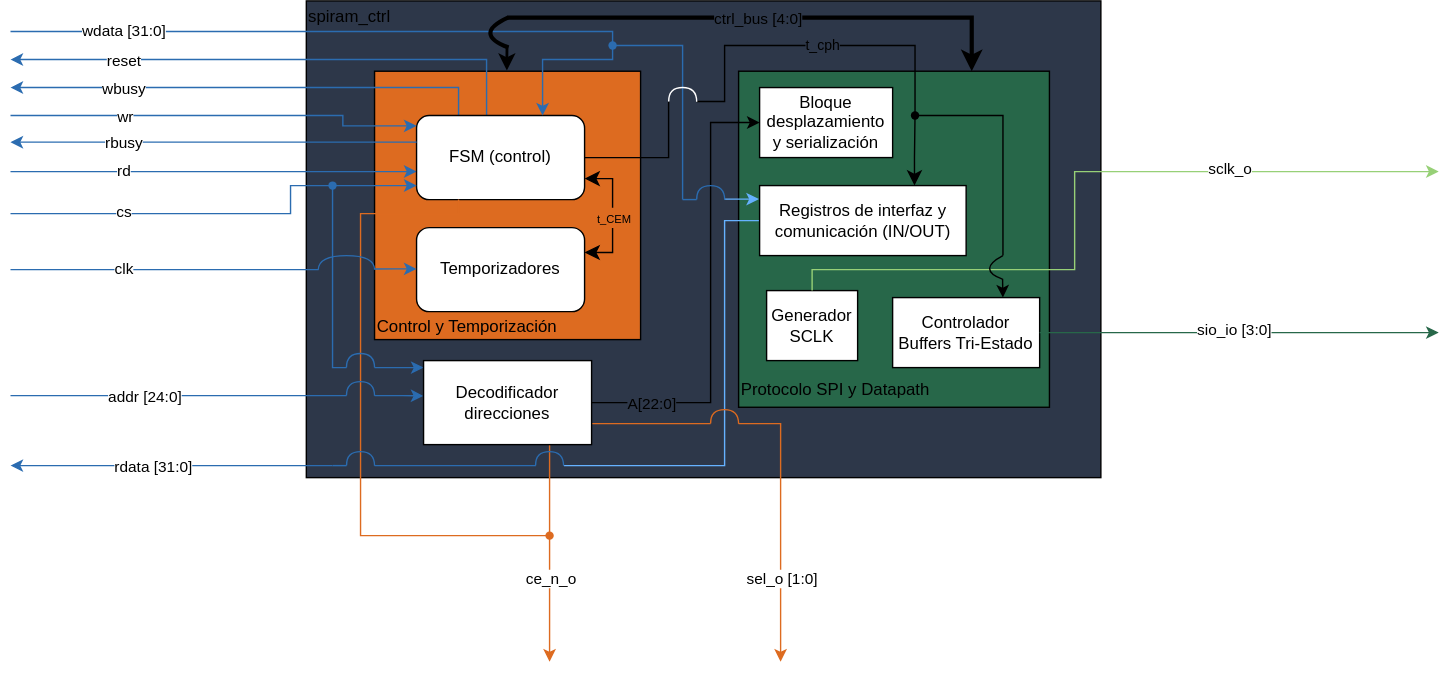
KUBIX2026/SPI_RAM keeps this draw.io diagram as Images/Expanded_Box.svg. Above is the earlier version. Source tidied: cells renumbered, new cells last; positions are measured from the earlier drawing's top-left corner, leaving out a move shared by most shapes.
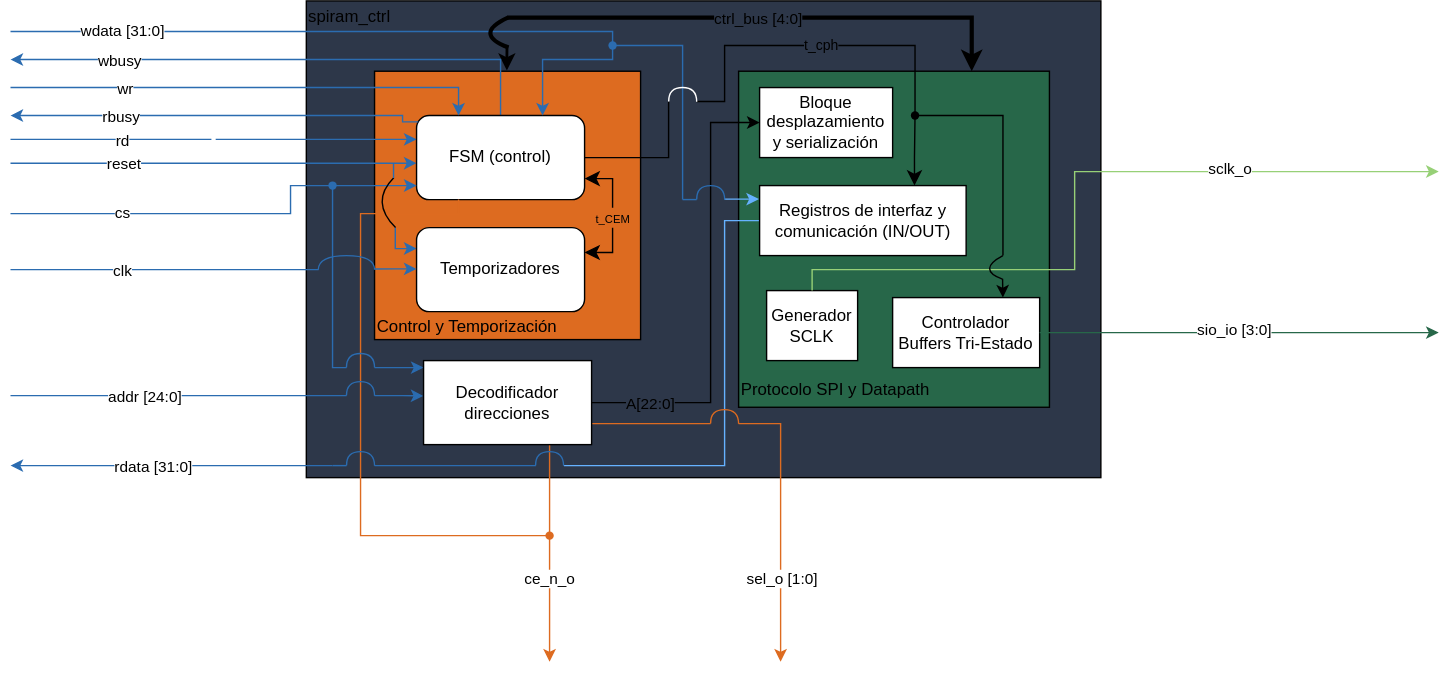
After the change.

Change to the diagram source:
```diff
@@ -66,12 +66,12 @@
         <mxPoint x="470" y="72" as="targetPoint" />
       </mxGeometry>
     </mxCell>
-    <mxCell id="14" style="edgeStyle=orthogonalEdgeStyle;rounded=0;orthogonalLoop=1;jettySize=auto;html=1;exitX=0;exitY=0.5;exitDx=0;exitDy=0;defaultLabelBackgroundColor=page;startArrow=classic;startFill=1;endArrow=none;endFill=0;strokeColor=light-dark(#2B6CB0,#2B6CB0);" parent="1" edge="1">
+    <mxCell id="14" value="&amp;nbsp;" style="edgeStyle=orthogonalEdgeStyle;rounded=0;orthogonalLoop=1;jettySize=auto;html=1;exitX=0;exitY=0.5;exitDx=0;exitDy=0;defaultLabelBackgroundColor=page;startArrow=classic;startFill=1;endArrow=none;endFill=0;strokeColor=light-dark(#2B6CB0,#2B6CB0);" parent="1" edge="1">
       <mxGeometry relative="1" as="geometry">
-        <mxPoint x="290" y="122" as="sourcePoint" />
-        <mxPoint y="122" as="targetPoint" />
+        <mxPoint x="290" y="99" as="sourcePoint" />
+        <mxPoint y="99" as="targetPoint" />
         <Array as="points">
-          <mxPoint y="122" />
+          <mxPoint y="99" />
         </Array>
       </mxGeometry>
     </mxCell>
@@ -80,35 +80,38 @@
         <mxPoint x="-13" as="offset" />
       </mxGeometry>
     </mxCell>
-    <mxCell id="16" style="edgeStyle=orthogonalEdgeStyle;rounded=0;jettySize=auto;html=1;exitX=0.25;exitY=0;exitDx=0;exitDy=0;defaultLabelBackgroundColor=page;strokeColor=light-dark(#2B6CB0,#2B6CB0);" parent="1" edge="1" source="20">
-      <mxGeometry x="0.09" relative="1" as="geometry">
-        <mxPoint y="62" as="targetPoint" />
+    <mxCell id="16" style="edgeStyle=orthogonalEdgeStyle;rounded=0;jettySize=auto;html=1;exitX=0.5;exitY=0;exitDx=0;exitDy=0;defaultLabelBackgroundColor=page;strokeColor=light-dark(#2B6CB0,#2B6CB0);" parent="1" edge="1" source="20">
+      <mxGeometry x="0.22" relative="1" as="geometry">
+        <mxPoint y="42" as="targetPoint" />
         <Array as="points">
-          <mxPoint x="320" y="62" />
+          <mxPoint x="350" y="42" />
         </Array>
       </mxGeometry>
     </mxCell>
     <mxCell id="17" value="wbusy" style="edgeLabel;html=1;align=center;verticalAlign=middle;inheritText=1;defaultLabelBackgroundColor=page;" parent="16" vertex="1">
-      <mxGeometry x="0.06" y="3" relative="1" as="geometry">
+      <mxGeometry x="0.19" y="3" relative="1" as="geometry">
         <mxPoint x="-80" y="-3" as="offset" />
       </mxGeometry>
     </mxCell>
-    <mxCell id="18" style="edgeStyle=orthogonalEdgeStyle;rounded=0;jettySize=auto;html=1;defaultLabelBackgroundColor=page;strokeColor=light-dark(#2B6CB0,#2B6CB0);" parent="1" edge="1" source="20">
-      <mxGeometry x="-0.25" relative="1" as="geometry">
-        <mxPoint y="42" as="targetPoint" />
-        <Array as="points">
-          <mxPoint x="340" y="42" />
-        </Array>
+    <mxCell id="18" style="edgeStyle=orthogonalEdgeStyle;rounded=0;orthogonalLoop=1;jettySize=auto;html=1;defaultLabelBackgroundColor=page;strokeColor=light-dark(#2B6CB0,#2B6CB0);endArrow=none;endFill=0;startArrow=classic;startFill=1;exitX=-0.008;exitY=0.672;exitDx=0;exitDy=0;" parent="1" edge="1">
+      <mxGeometry x="0.21" relative="1" as="geometry">
+        <mxPoint x="290" y="116" as="sourcePoint" />
+        <mxPoint y="116" as="targetPoint" />
       </mxGeometry>
     </mxCell>
     <mxCell id="19" value="reset" style="edgeLabel;html=1;align=center;verticalAlign=middle;inheritText=1;defaultLabelBackgroundColor=page;" parent="18" vertex="1">
-      <mxGeometry x="0.55" relative="1" as="geometry">
-        <mxPoint x="-5" as="offset" />
+      <mxGeometry x="0.72" relative="1" as="geometry">
+        <mxPoint x="39" as="offset" />
       </mxGeometry>
     </mxCell>
     <mxCell id="20" value="FSM (control)" style="rounded=1;whiteSpace=wrap;html=1;roundedPerimeter=1;" parent="1" vertex="1">
       <mxGeometry x="290" y="82" width="120" height="60" as="geometry" />
     </mxCell>
+    <mxCell id="83" style="edgeStyle=orthogonalEdgeStyle;rounded=0;jettySize=auto;html=1;exitX=0;exitY=0.25;exitDx=0;exitDy=0;defaultLabelBackgroundColor=page;endArrow=none;endFill=0;startArrow=classic;startFill=1;strokeColor=light-dark(#2B6CB0,#2B6CB0);" parent="1" edge="1" source="21">
+      <mxGeometry x="0.04" relative="1" as="geometry">
+        <mxPoint x="274.8" y="161.9" as="targetPoint" />
+      </mxGeometry>
+    </mxCell>
     <mxCell id="21" value="Temporizadores" style="rounded=1;whiteSpace=wrap;html=1;roundedPerimeter=1;" parent="1" vertex="1">
       <mxGeometry x="290" y="162" width="120" height="60" as="geometry" />
     </mxCell>
@@ -217,19 +220,18 @@
         <mxPoint x="-37" y="-2" as="offset" />
       </mxGeometry>
     </mxCell>
-    <mxCell id="39" style="edgeStyle=none;rounded=0;orthogonalLoop=1;jettySize=auto;html=1;exitX=0;exitY=1;exitDx=0;exitDy=0;defaultLabelBackgroundColor=page;strokeColor=light-dark(#2B6CB0,#2B6CB0);endArrow=none;endFill=0;startArrow=classic;startFill=1;" parent="1" edge="1">
-      <mxGeometry x="0.37" relative="1" as="geometry">
-        <mxPoint x="290" y="89.4" as="sourcePoint" />
-        <mxPoint y="82" as="targetPoint" />
+    <mxCell id="39" style="edgeStyle=none;rounded=0;jettySize=auto;html=1;exitX=0.25;exitY=0;exitDx=0;exitDy=0;defaultLabelBackgroundColor=page;strokeColor=light-dark(#2B6CB0,#2B6CB0);endArrow=none;endFill=0;startArrow=classic;startFill=1;" parent="1" edge="1" source="20">
+      <mxGeometry x="0.44" relative="1" as="geometry">
+        <mxPoint y="62" as="targetPoint" />
         <Array as="points">
-          <mxPoint x="237.4" y="89.4" />
-          <mxPoint x="237.4" y="82" />
-          <mxPoint x="160" y="82" />
+          <mxPoint x="320" y="62" />
+          <mxPoint x="237.4" y="62" />
+          <mxPoint x="160" y="62" />
         </Array>
       </mxGeometry>
     </mxCell>
     <mxCell id="40" value="wr" style="edgeLabel;html=1;align=center;verticalAlign=middle;inheritText=1;defaultLabelBackgroundColor=page;" parent="39" vertex="1">
-      <mxGeometry x="0.51" y="1" relative="1" as="geometry">
+      <mxGeometry x="0.57" y="1" relative="1" as="geometry">
         <mxPoint x="9" y="-1" as="offset" />
       </mxGeometry>
     </mxCell>
@@ -508,19 +510,34 @@
         <mxPoint x="-27" y="-1" as="offset" />
       </mxGeometry>
     </mxCell>
-    <mxCell id="81" style="edgeStyle=orthogonalEdgeStyle;rounded=0;orthogonalLoop=1;jettySize=auto;html=1;exitX=0;exitY=0.5;exitDx=0;exitDy=0;defaultLabelBackgroundColor=page;startArrow=none;startFill=0;endArrow=classic;endFill=1;strokeColor=light-dark(#2B6CB0,#2B6CB0);" parent="1" edge="1">
-      <mxGeometry relative="1" as="geometry">
-        <mxPoint x="290" y="101" as="sourcePoint" />
-        <mxPoint y="101" as="targetPoint" />
+    <mxCell id="81" style="edgeStyle=orthogonalEdgeStyle;rounded=0;jettySize=auto;html=1;exitX=0;exitY=0.063;exitDx=0;exitDy=0;defaultLabelBackgroundColor=page;startArrow=none;startFill=0;endArrow=classic;endFill=1;strokeColor=light-dark(#2B6CB0,#2B6CB0);" parent="1" edge="1" source="20">
+      <mxGeometry x="0.04" relative="1" as="geometry">
+        <mxPoint y="82" as="targetPoint" />
         <Array as="points">
-          <mxPoint y="101" />
+          <mxPoint x="280" y="86.5" />
+          <mxPoint x="280" y="82" />
         </Array>
       </mxGeometry>
     </mxCell>
     <mxCell id="82" value="rbusy" style="edgeLabel;html=1;align=center;verticalAlign=middle;inheritText=1;defaultLabelBackgroundColor=page;" parent="81" vertex="1">
-      <mxGeometry x="0.36" relative="1" as="geometry">
+      <mxGeometry x="0.38" relative="1" as="geometry">
         <mxPoint x="-13" as="offset" />
       </mxGeometry>
     </mxCell>
+    <mxCell id="84" style="curved=1;curveGeometry=1;endArrow=none;html=1;rounded=0;defaultLabelBackgroundColor=page;endFill=0;strokeColor=light-dark(#000000,#2B6CB0);" parent="1" edge="1">
+      <mxGeometry x="-0.24" relative="1" as="geometry">
+        <mxPoint x="273.7" y="126.4" as="sourcePoint" />
+        <mxPoint x="275" y="162" as="targetPoint" />
+        <Array as="points">
+          <mxPoint x="256.6" y="143.6" />
+        </Array>
+      </mxGeometry>
+    </mxCell>
+    <mxCell id="85" style="endArrow=none;html=1;rounded=0;defaultLabelBackgroundColor=page;strokeColor=light-dark(#2B6CB0,#2B6CB0);" parent="1" edge="1">
+      <mxGeometry relative="1" as="geometry">
+        <mxPoint x="273.6" y="116.1" as="sourcePoint" />
+        <mxPoint x="273.6" y="126.7" as="targetPoint" />
+      </mxGeometry>
+    </mxCell>
   </root>
 </mxGraphModel>
```
